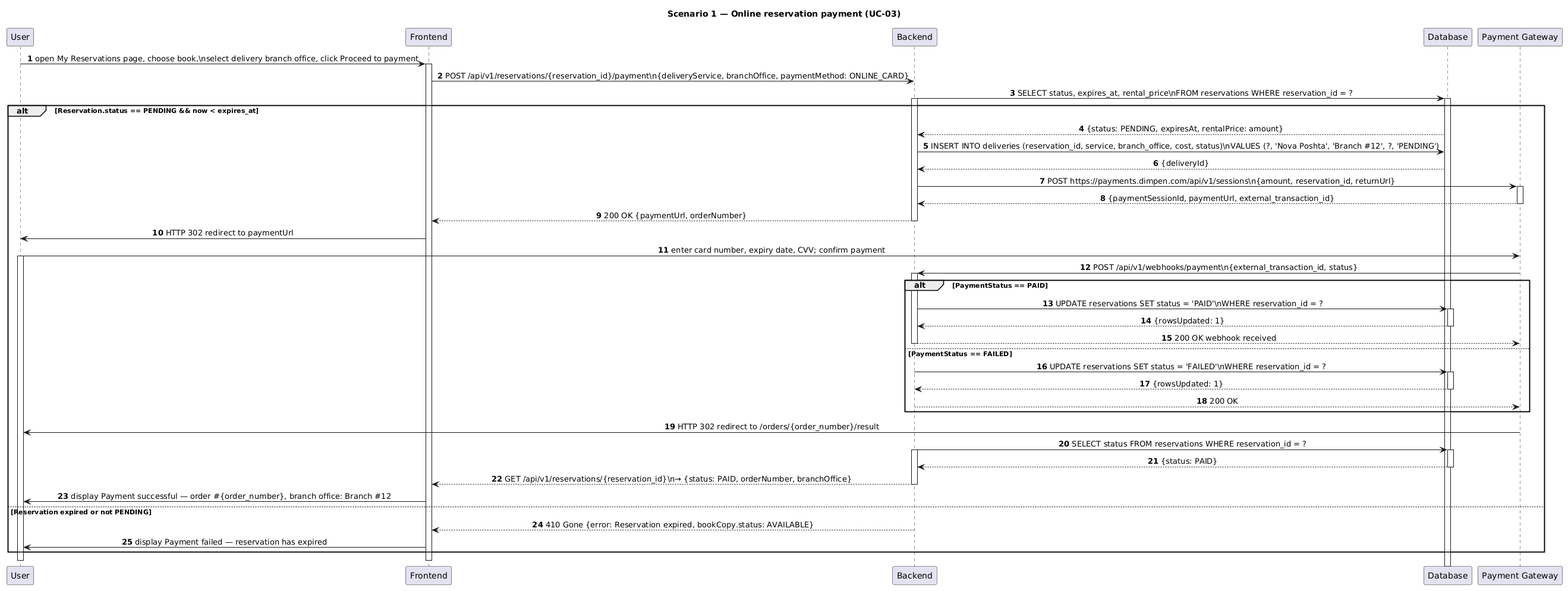
This is Lab3/artifacts/scenario-1.png from dimpennn/KPI-2, a PlantUML export, as it was before one commit.
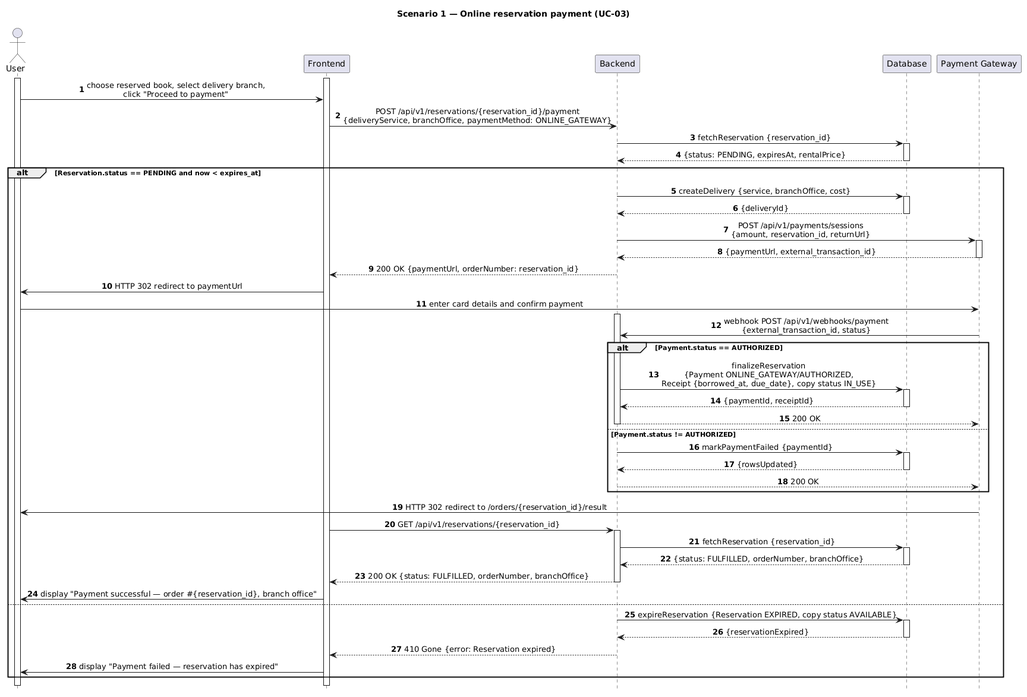
Above is the later version.

Change to the diagram source:
```diff
@@ -1,8 +1,9 @@
 @startuml
 title Scenario 1 — Online reservation payment (UC-03)
 skinparam sequenceMessageAlign center
+hide footbox
 
-participant "User" as User
+actor "User" as User
 participant "Frontend" as Frontend
 participant "Backend" as Backend
 participant "Database" as Database
@@ -10,71 +11,75 @@
 
 autonumber
 
-User -> Frontend: open My Reservations page, choose book,\\nselect delivery branch office, click Proceed to payment
+activate User
 activate Frontend
 
-Frontend -> Backend: POST /api/v1/reservations/{reservation_id}/payment\\n{deliveryService, branchOffice, paymentMethod: ONLINE_CARD}
+User -> Frontend: choose reserved book, select delivery branch,\nclick "Proceed to payment"
+Frontend -> Backend: POST /api/v1/reservations/{reservation_id}/payment\n{deliveryService, branchOffice, paymentMethod: ONLINE_GATEWAY}
 
-Backend -> Database: SELECT status, expires_at, rental_price\\nFROM reservations WHERE reservation_id = ?
-activate Backend
+Backend -> Database: fetchReservation {reservation_id}
 activate Database
+Database --> Backend: {status: PENDING, expiresAt, rentalPrice}
+deactivate Database
 
-alt Reservation.status == PENDING && now < expires_at
-  Database --> Backend: {status: PENDING, expiresAt, rentalPrice: amount}
+alt Reservation.status == PENDING and now < expires_at
+  Backend -> Database: createDelivery {service, branchOffice, cost}
+  activate Database
+  Database --> Backend: {deliveryId}
+  deactivate Database
 
-  Backend -> Database: INSERT INTO deliveries (reservation_id, service, branch_office, cost, status)\\nVALUES (?, 'Nova Poshta', 'Branch #12', ?, 'PENDING')
-  Database --> Backend: {deliveryId}
-
-  Backend -> Gateway: POST https://payments.dimpen.com/api/v1/sessions\\n{amount, reservation_id, returnUrl}
+  Backend -> Gateway: POST /api/v1/payments/sessions\n{amount, reservation_id, returnUrl}
   activate Gateway
-  Gateway --> Backend: {paymentSessionId, paymentUrl, external_transaction_id}
+  Gateway --> Backend: {paymentUrl, external_transaction_id}
   deactivate Gateway
 
-  Backend --> Frontend: 200 OK {paymentUrl, orderNumber}
+  Backend --> Frontend: 200 OK {paymentUrl, orderNumber: reservation_id}
   deactivate Backend
 
   Frontend -> User: HTTP 302 redirect to paymentUrl
 
-  User -> Gateway: enter card number, expiry date, CVV; confirm payment
-  activate User
+  User -> Gateway: enter card details and confirm payment
+  activate Backend
+  Gateway -> Backend: webhook POST /api/v1/webhooks/payment\n{external_transaction_id, status}
 
-  Gateway -> Backend: POST /api/v1/webhooks/payment\\n{external_transaction_id, status}
-  activate Backend
-
-  alt PaymentStatus == PAID
-    Backend -> Database: UPDATE reservations SET status = 'PAID'\\nWHERE reservation_id = ?
+  alt Payment.status == AUTHORIZED
+    Backend -> Database: finalizeReservation\n{Payment ONLINE_GATEWAY/AUTHORIZED,\nReceipt {borrowed_at, due_date}, copy status IN_USE}
     activate Database
-    Database --> Backend: {rowsUpdated: 1}
+    Database --> Backend: {paymentId, receiptId}
     deactivate Database
-    Backend --> Gateway: 200 OK webhook received
+    Backend --> Gateway: 200 OK
     deactivate Backend
-  else PaymentStatus == FAILED
-    Backend -> Database: UPDATE reservations SET status = 'FAILED'\\nWHERE reservation_id = ?
+  else Payment.status != AUTHORIZED
+    Backend -> Database: markPaymentFailed {paymentId}
     activate Database
-    Database --> Backend: {rowsUpdated: 1}
+    Database --> Backend: {rowsUpdated}
     deactivate Database
     Backend --> Gateway: 200 OK
     deactivate Backend
   end
 
-  Gateway -> User: HTTP 302 redirect to /orders/{order_number}/result
+  Gateway -> User: HTTP 302 redirect to /orders/{reservation_id}/result
 
-  Backend -> Database: SELECT status FROM reservations WHERE reservation_id = ?
+  Frontend -> Backend: GET /api/v1/reservations/{reservation_id}
   activate Backend
+  Backend -> Database: fetchReservation {reservation_id}
   activate Database
-  Database --> Backend: {status: PAID}
+  Database --> Backend: {status: FULFILLED, orderNumber, branchOffice}
   deactivate Database
-  Backend --> Frontend: GET /api/v1/reservations/{reservation_id}\\n→ {status: PAID, orderNumber, branchOffice}
+  Backend --> Frontend: 200 OK {status: FULFILLED, orderNumber, branchOffice}
   deactivate Backend
 
-  Frontend -> User: display Payment successful — order #{order_number}, branch office: Branch #12
-else Reservation expired or not PENDING
-  Backend --> Frontend: 410 Gone {error: Reservation expired, bookCopy.status: AVAILABLE}
+  Frontend -> User: display "Payment successful — order #{reservation_id}, branch office"
+else
+  Backend -> Database: expireReservation {Reservation EXPIRED, copy status AVAILABLE}
+  activate Database
+  Database --> Backend: {reservationExpired}
+  deactivate Database
+  Backend --> Frontend: 410 Gone {error: Reservation expired}
   deactivate Backend
-  Frontend -> User: display Payment failed — reservation has expired
+  Frontend -> User: display "Payment failed — reservation has expired"
 end
 
 deactivate Frontend
 deactivate User
-deactivate Gateway
 @enduml
```
